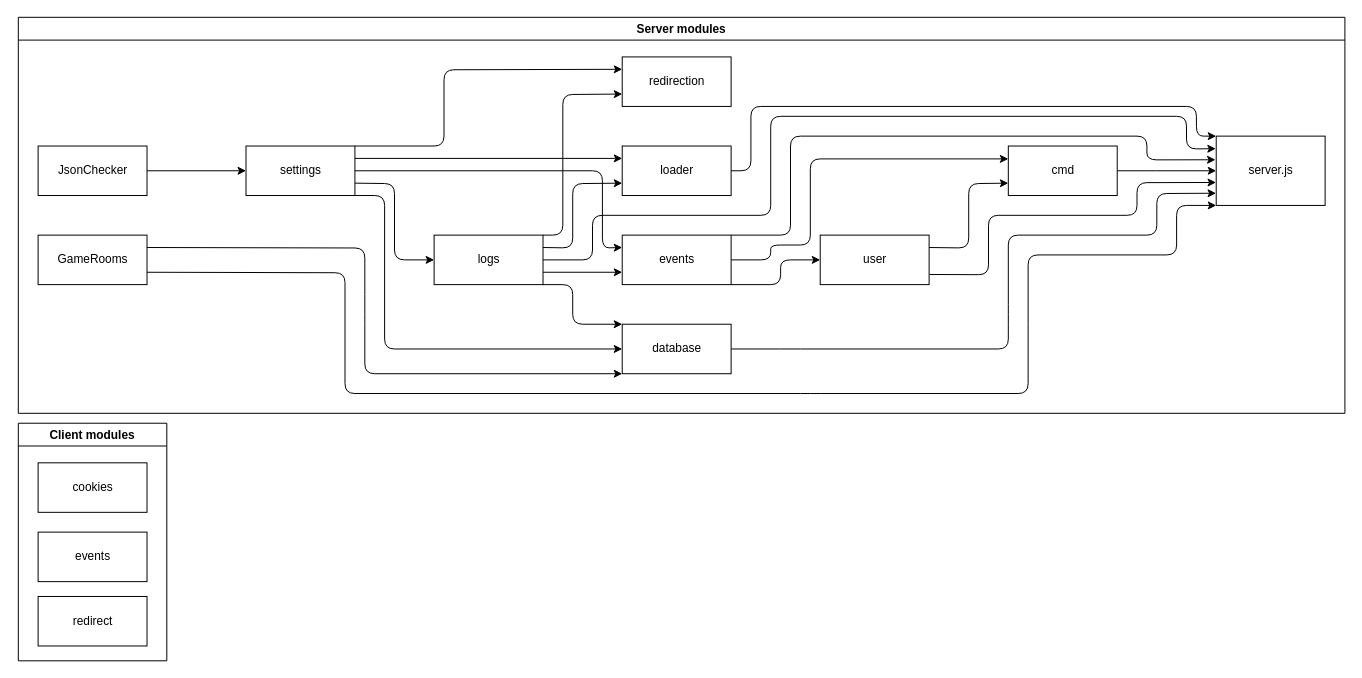
Before: useful_docs/modules.drawio in T0ine34/ortelo, a draw.io diagram. Source tidied: cells renumbered, new cells numbered last; positions are measured from the earlier drawing's top-left corner, leaving out a move shared by most shapes. Both pictures are drawn from the tidied source at 99%, with x=0, y=0 at pixel (18, 17).
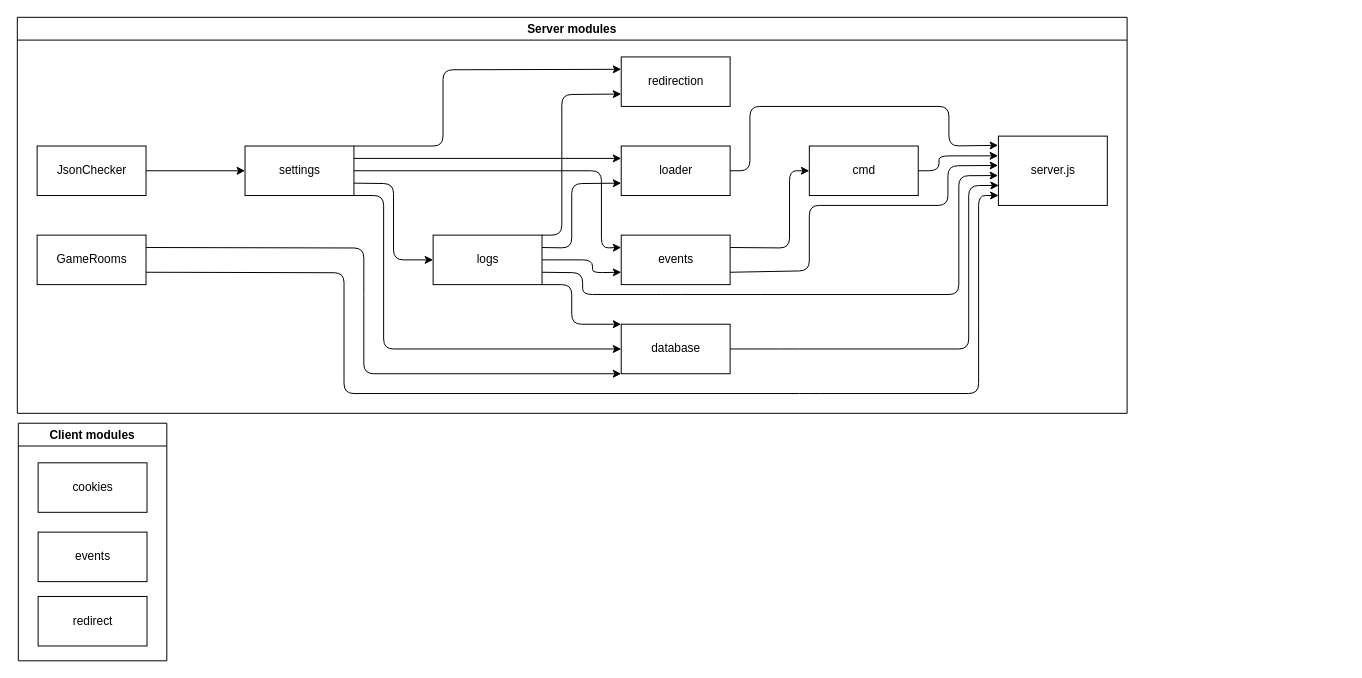
The same diagram, later.

Commit message (it also covers changes not shown here):
removing user module from diagrams

Unchanged cells that the change refers to:
```xml
<mxCell id="8" value="events" style="html=1;" parent="2" vertex="1">
  <mxGeometry x="610" y="220" width="110" height="50" as="geometry" />
</mxCell>
<mxCell id="19" value="loader" style="html=1;" parent="2" vertex="1">
  <mxGeometry x="610" y="130" width="110" height="50" as="geometry" />
</mxCell>
<mxCell id="25" value="logs" style="html=1;" parent="2" vertex="1">
  <mxGeometry x="420" y="220" width="110" height="50" as="geometry" />
</mxCell>
<mxCell id="27" value="GameRooms" style="html=1;" parent="2" vertex="1">
  <mxGeometry x="20" y="220" width="110" height="50" as="geometry" />
</mxCell>
<mxCell id="31" value="database" style="html=1;" parent="2" vertex="1">
  <mxGeometry x="610" y="310" width="110" height="50" as="geometry" />
</mxCell>
```

Change to the diagram source:
```diff
@@
     <mxCell id="2" value="Server modules" style="swimlane;whiteSpace=wrap;html=1;" parent="1" vertex="1">
-      <mxGeometry width="1340" height="400" as="geometry" />
+      <mxGeometry x="-1" width="1121" height="400" as="geometry" />
     </mxCell>
-    <mxCell id="3" style="edgeStyle=none;html=1;exitX=1;exitY=0.5;exitDx=0;exitDy=0;entryX=0;entryY=0.5;entryDx=0;entryDy=0;" parent="2" edge="1" source="4" target="33">
+    <mxCell id="3" style="edgeStyle=none;html=1;exitX=1;exitY=0.5;exitDx=0;exitDy=0;entryX=-0.003;entryY=0.284;entryDx=0;entryDy=0;entryPerimeter=0;" parent="2" edge="1" source="4" target="33">
       <mxGeometry relative="1" as="geometry">
         <Array as="points">
-          <mxPoint x="1140" y="155" />
+          <mxPoint x="931" y="155" />
+          <mxPoint x="931" y="140" />
         </Array>
       </mxGeometry>
     </mxCell>
     <mxCell id="4" value="cmd" style="html=1;" parent="2" vertex="1">
-      <mxGeometry x="1000" y="130" width="110" height="50" as="geometry" />
+      <mxGeometry x="800" y="130" width="110" height="50" as="geometry" />
     </mxCell>
-    <mxCell id="5" style="edgeStyle=none;html=1;exitX=1;exitY=0.5;exitDx=0;exitDy=0;" parent="2" edge="1" source="8">
-      <mxGeometry relative="1" as="geometry">
-        <mxPoint x="1000" y="143" as="targetPoint" />
-        <Array as="points">
-          <mxPoint x="760" y="245" />
-          <mxPoint x="760" y="230" />
-          <mxPoint x="800" y="230" />
-          <mxPoint x="800" y="143" />
-        </Array>
-      </mxGeometry>
-    </mxCell>
-    <mxCell id="6" style="edgeStyle=none;html=1;exitX=1;exitY=1;exitDx=0;exitDy=0;entryX=0;entryY=0.5;entryDx=0;entryDy=0;" parent="2" edge="1" source="8" target="11">
-      <mxGeometry relative="1" as="geometry">
-        <Array as="points">
-          <mxPoint x="770" y="270" />
-          <mxPoint x="770" y="245" />
-        </Array>
-      </mxGeometry>
-    </mxCell>
+    <mxCell id="39" style="edgeStyle=none;html=1;entryX=0;entryY=0.5;entryDx=0;entryDy=0;exitX=1;exitY=0.25;exitDx=0;exitDy=0;" parent="2" edge="1" source="8" target="4">
+      <mxGeometry relative="1" as="geometry">
+        <Array as="points">
+          <mxPoint x="780" y="233" />
+          <mxPoint x="780" y="155" />
+        </Array>
+      </mxGeometry>
+    </mxCell>
-    <mxCell id="7" style="edgeStyle=none;html=1;exitX=1;exitY=0;exitDx=0;exitDy=0;entryX=-0.007;entryY=0.341;entryDx=0;entryDy=0;entryPerimeter=0;" parent="2" edge="1" source="8" target="33">
+    <mxCell id="7" style="edgeStyle=none;html=1;exitX=1;exitY=0.75;exitDx=0;exitDy=0;entryX=-0.003;entryY=0.423;entryDx=0;entryDy=0;entryPerimeter=0;" parent="2" edge="1" source="8" target="33">
       <mxGeometry relative="1" as="geometry">
         <Array as="points">
-          <mxPoint x="780" y="220" />
-          <mxPoint x="780" y="120" />
-          <mxPoint x="1140" y="120" />
-          <mxPoint x="1140" y="144" />
+          <mxPoint x="800" y="256" />
+          <mxPoint x="800" y="190" />
+          <mxPoint x="940" y="190" />
+          <mxPoint x="940" y="150" />
         </Array>
       </mxGeometry>
     </mxCell>
@@
-    <mxCell id="9" style="edgeStyle=none;html=1;entryX=0;entryY=0.75;entryDx=0;entryDy=0;exitX=1;exitY=0.25;exitDx=0;exitDy=0;" parent="2" edge="1" source="11">
-      <mxGeometry relative="1" as="geometry">
-        <mxPoint x="1000" y="167.5" as="targetPoint" />
-        <Array as="points">
-          <mxPoint x="960" y="233" />
-          <mxPoint x="960" y="168" />
-        </Array>
-      </mxGeometry>
-    </mxCell>
-    <mxCell id="10" style="edgeStyle=none;html=1;exitX=1.004;exitY=0.795;exitDx=0;exitDy=0;entryX=-0.002;entryY=0.669;entryDx=0;entryDy=0;exitPerimeter=0;entryPerimeter=0;" parent="2" edge="1" source="11" target="33">
-      <mxGeometry relative="1" as="geometry">
-        <Array as="points">
-          <mxPoint x="980" y="260" />
-          <mxPoint x="980" y="200" />
-          <mxPoint x="1130" y="200" />
-          <mxPoint x="1130" y="167" />
-        </Array>
-      </mxGeometry>
-    </mxCell>
-    <mxCell id="11" value="user" style="html=1;" parent="2" vertex="1">
-      <mxGeometry x="810" y="220" width="110" height="50" as="geometry" />
-    </mxCell>
@@
-    <mxCell id="18" style="edgeStyle=none;html=1;entryX=0;entryY=0;entryDx=0;entryDy=0;" parent="2" edge="1" source="19" target="33">
+    <mxCell id="18" style="edgeStyle=none;html=1;entryX=-0.003;entryY=0.133;entryDx=0;entryDy=0;entryPerimeter=0;" parent="2" edge="1" source="19" target="33">
       <mxGeometry relative="1" as="geometry">
         <Array as="points">
           <mxPoint x="740" y="155" />
           <mxPoint x="740" y="90" />
-          <mxPoint x="1190" y="90" />
-          <mxPoint x="1190" y="120" />
+          <mxPoint x="941" y="90" />
+          <mxPoint x="941" y="130" />
         </Array>
       </mxGeometry>
     </mxCell>
@@
-    <mxCell id="22" style="edgeStyle=none;html=1;exitX=1;exitY=0.75;exitDx=0;exitDy=0;entryX=0;entryY=0.75;entryDx=0;entryDy=0;" parent="2" edge="1" source="25" target="8">
-      <mxGeometry relative="1" as="geometry" />
+    <mxCell id="22" style="edgeStyle=none;html=1;exitX=1;exitY=0.5;exitDx=0;exitDy=0;entryX=0;entryY=0.75;entryDx=0;entryDy=0;" parent="2" edge="1" source="25" target="8">
+      <mxGeometry relative="1" as="geometry">
+        <Array as="points">
+          <mxPoint x="581" y="245" />
+          <mxPoint x="581" y="258" />
+        </Array>
+      </mxGeometry>
     </mxCell>
@@
-    <mxCell id="24" style="edgeStyle=none;html=1;exitX=1;exitY=0.5;exitDx=0;exitDy=0;entryX=-0.004;entryY=0.181;entryDx=0;entryDy=0;entryPerimeter=0;" parent="2" edge="1" source="25" target="33">
+    <mxCell id="24" style="edgeStyle=none;html=1;exitX=1;exitY=0.75;exitDx=0;exitDy=0;entryX=-0.003;entryY=0.569;entryDx=0;entryDy=0;entryPerimeter=0;" parent="2" edge="1" source="25" target="33">
       <mxGeometry relative="1" as="geometry">
         <Array as="points">
-          <mxPoint x="580" y="245" />
-          <mxPoint x="580" y="200" />
-          <mxPoint x="760" y="200" />
-          <mxPoint x="760" y="100" />
-          <mxPoint x="1180" y="100" />
-          <mxPoint x="1180" y="133" />
+          <mxPoint x="571" y="258" />
+          <mxPoint x="571" y="280" />
+          <mxPoint x="661" y="280" />
+          <mxPoint x="741" y="280" />
+          <mxPoint x="951" y="280" />
+          <mxPoint x="951" y="160" />
         </Array>
       </mxGeometry>
     </mxCell>
@@
-    <mxCell id="30" style="edgeStyle=none;html=1;exitX=1;exitY=0.5;exitDx=0;exitDy=0;entryX=-0.002;entryY=0.824;entryDx=0;entryDy=0;entryPerimeter=0;" parent="2" edge="1" source="31" target="33">
+    <mxCell id="30" style="edgeStyle=none;html=1;exitX=1;exitY=0.5;exitDx=0;exitDy=0;entryX=0.004;entryY=0.711;entryDx=0;entryDy=0;entryPerimeter=0;" parent="2" edge="1" source="31" target="33">
       <mxGeometry relative="1" as="geometry">
         <Array as="points">
           <mxPoint x="780" y="335" />
-          <mxPoint x="1000" y="335" />
-          <mxPoint x="1000" y="300" />
-          <mxPoint x="1000" y="220" />
-          <mxPoint x="1150" y="220" />
-          <mxPoint x="1150" y="178" />
+          <mxPoint x="961" y="335" />
+          <mxPoint x="961" y="230" />
+          <mxPoint x="961" y="170" />
         </Array>
       </mxGeometry>
     </mxCell>
@@
     <mxCell id="33" value="server.js" style="html=1;" parent="2" vertex="1">
-      <mxGeometry x="1210" y="120" width="110" height="70" as="geometry" />
+      <mxGeometry x="991" y="120" width="110" height="70" as="geometry" />
     </mxCell>
-    <mxCell id="34" style="edgeStyle=none;html=1;exitX=1;exitY=0.75;exitDx=0;exitDy=0;entryX=0;entryY=1;entryDx=0;entryDy=0;" parent="2" edge="1" source="27" target="33">
+    <mxCell id="34" style="edgeStyle=none;html=1;exitX=1;exitY=0.75;exitDx=0;exitDy=0;entryX=0.001;entryY=0.856;entryDx=0;entryDy=0;entryPerimeter=0;" parent="2" edge="1" source="27" target="33">
       <mxGeometry relative="1" as="geometry">
         <Array as="points">
           <mxPoint x="330" y="258" />
           <mxPoint x="330" y="380" />
           <mxPoint x="800" y="380" />
-          <mxPoint x="1020" y="380" />
-          <mxPoint x="1020" y="320" />
-          <mxPoint x="1020" y="240" />
-          <mxPoint x="1170" y="240" />
-          <mxPoint x="1170" y="190" />
+          <mxPoint x="971" y="380" />
+          <mxPoint x="971" y="320" />
+          <mxPoint x="971" y="180" />
         </Array>
       </mxGeometry>
     </mxCell>
```
